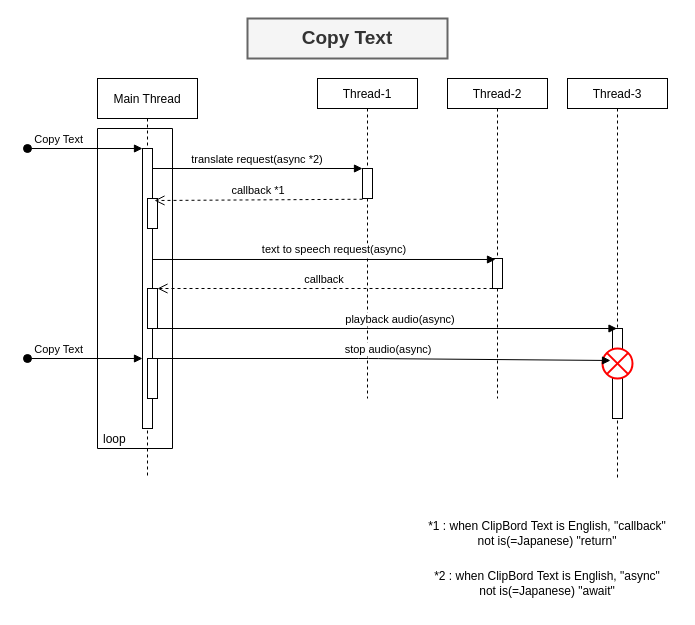
This is sequence.drawio from monkey999por/translation, a draw.io file, before an edit. Source tidied: cells renumbered, new cells numbered last; positions are measured from the earlier drawing's top-left corner, leaving out a move shared by most shapes. Both pictures are drawn from the tidied source at 100%, with x=0, y=0 at pixel (27, 18).
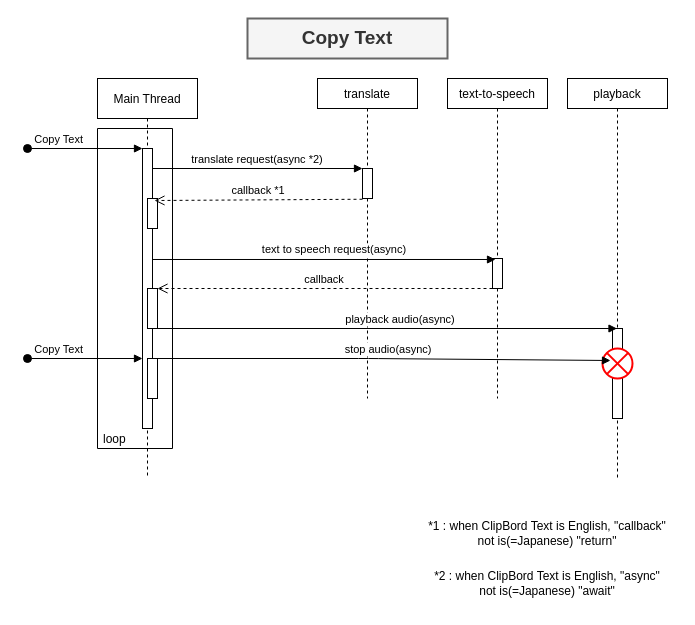
Above is the later version.

Change to the diagram source:
```diff
@@
-    <mxCell id="2" value="Thread-3" style="shape=umlLifeline;perimeter=lifelinePerimeter;rounded=0;shadow=0;strokeWidth=1;size=30;" parent="1" vertex="1">
+    <mxCell id="2" value="playback" style="shape=umlLifeline;perimeter=lifelinePerimeter;rounded=0;shadow=0;strokeWidth=1;size=30;" parent="1" vertex="1">
       <mxGeometry x="540" y="60" width="100" height="400" as="geometry" />
     </mxCell>
@@
-    <mxCell id="12" value="Thread-1" style="shape=umlLifeline;perimeter=lifelinePerimeter;rounded=0;shadow=0;strokeWidth=1;size=30;" parent="1" vertex="1">
+    <mxCell id="12" value="translate" style="shape=umlLifeline;perimeter=lifelinePerimeter;rounded=0;shadow=0;strokeWidth=1;size=30;" parent="1" vertex="1">
       <mxGeometry x="290" y="60" width="100" height="320" as="geometry" />
     </mxCell>
@@
-    <mxCell id="16" value="Thread-2" style="shape=umlLifeline;perimeter=lifelinePerimeter;rounded=0;shadow=0;strokeWidth=1;size=30;" parent="1" vertex="1">
+    <mxCell id="16" value="text-to-speech" style="shape=umlLifeline;perimeter=lifelinePerimeter;rounded=0;shadow=0;strokeWidth=1;size=30;" parent="1" vertex="1">
       <mxGeometry x="420" y="60" width="100" height="320" as="geometry" />
     </mxCell>
```
